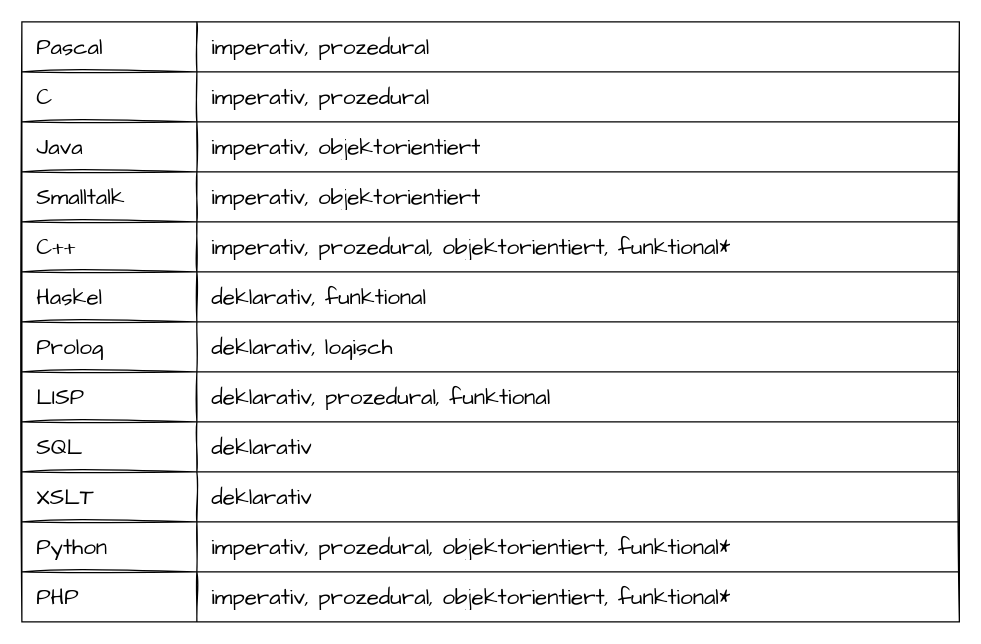
Earlier version of the draw.io diagram kssop/Auswahl_Programmiersprachen_Paradigmen.drawio (dude2511/drawio). Source tidied: cells renumbered, new cells numbered last; positions are measured from the earlier drawing's top-left corner, leaving out a move shared by most shapes. Both pictures are drawn from the tidied source at 125%, with x=0, y=0 at pixel (21, 21).
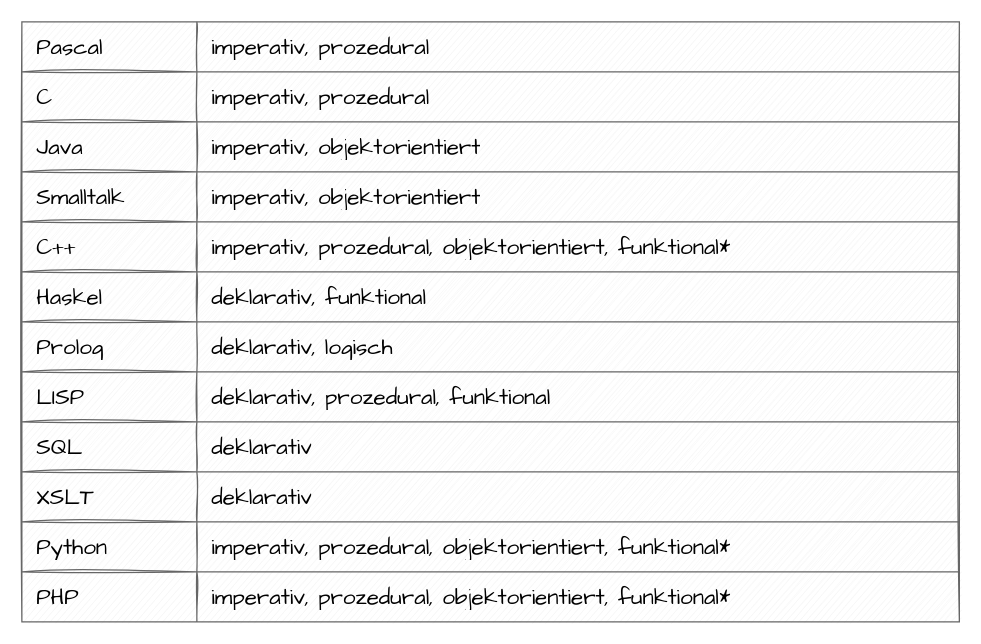
The same diagram, later.

Diff of the diagram source:
```diff
@@
-    <mxCell id="2" style="shape=table;startSize=0;childLayout=tableLayout;sketch=1;align=left;fontFamily=Comic Sans MS;fontSize=18;" parent="1" vertex="1">
+    <mxCell id="2" style="shape=table;startSize=0;childLayout=tableLayout;sketch=1;align=left;fontFamily=Comic Sans MS;fontSize=18;fillColor=#f5f5f5;strokeColor=#666666;fontColor=#333333;" parent="1" vertex="1">
       <mxGeometry width="750" height="480" as="geometry" />
     </mxCell>
```
